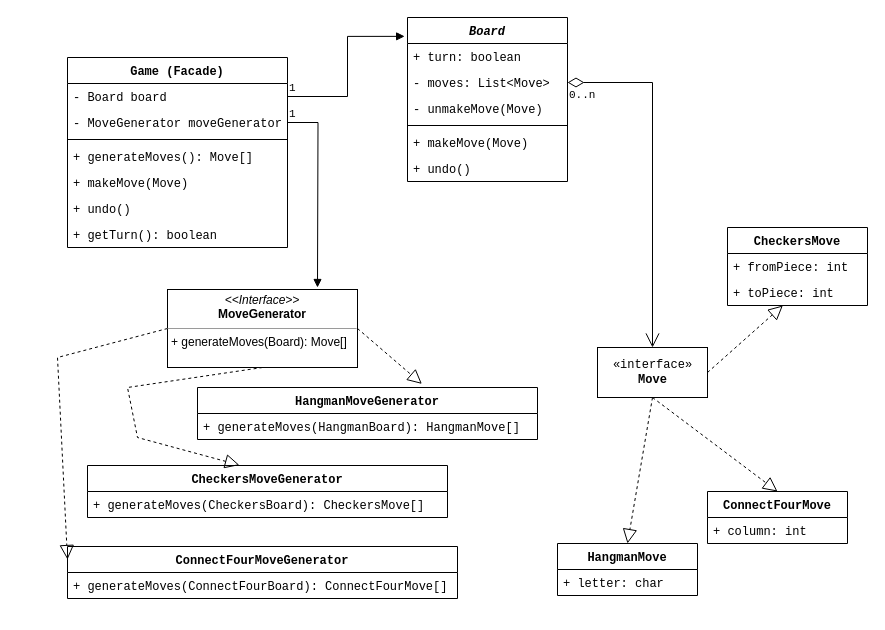
Earlier version of the draw.io diagram doc/uml.drawio (amygrinn/cps240-term-project). Source tidied: cells renumbered, new cells numbered last; positions are measured from the earlier drawing's top-left corner, leaving out a move shared by most shapes. Both pictures are drawn from the tidied source at 100%, with x=0, y=0 at pixel (57, 17).
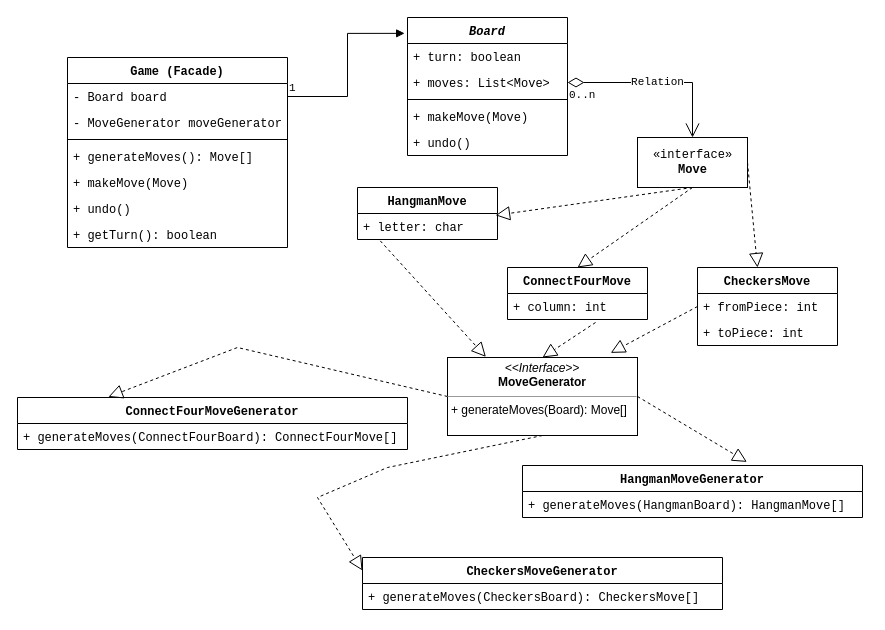
Above is the later version.

The change refers to these unchanged cells:
```xml
<mxCell id="4" value="- MoveGenerator moveGenerator" style="text;strokeColor=none;fillColor=none;align=left;verticalAlign=top;spacingLeft=4;spacingRight=4;overflow=hidden;points=[[0,0.5],[1,0.5]];portConstraint=eastwest;fontFamily=Courier New;" parent="2" vertex="1">
  <mxGeometry y="52" width="220" height="26" as="geometry" />
</mxCell>
<mxCell id="11" value="+ column: int" style="text;strokeColor=none;fillColor=none;align=left;verticalAlign=top;spacingLeft=4;spacingRight=4;overflow=hidden;points=[[0,0.5],[1,0.5]];portConstraint=eastwest;fontFamily=Courier New;" parent="10" vertex="1">
  <mxGeometry y="26" width="140" height="26" as="geometry" />
</mxCell>
<mxCell id="13" value="+ letter: char" style="text;strokeColor=none;fillColor=none;align=left;verticalAlign=top;spacingLeft=4;spacingRight=4;overflow=hidden;points=[[0,0.5],[1,0.5]];portConstraint=eastwest;fontFamily=Courier New;" parent="12" vertex="1">
  <mxGeometry y="26" width="140" height="26" as="geometry" />
</mxCell>
<mxCell id="15" value="+ fromPiece: int" style="text;strokeColor=none;fillColor=none;align=left;verticalAlign=top;spacingLeft=4;spacingRight=4;overflow=hidden;points=[[0,0.5],[1,0.5]];portConstraint=eastwest;fontFamily=Courier New;" parent="14" vertex="1">
  <mxGeometry y="26" width="140" height="26" as="geometry" />
</mxCell>
<mxCell id="16" value="+ toPiece: int" style="text;strokeColor=none;fillColor=none;align=left;verticalAlign=top;spacingLeft=4;spacingRight=4;overflow=hidden;points=[[0,0.5],[1,0.5]];portConstraint=eastwest;fontFamily=Courier New;" parent="14" vertex="1">
  <mxGeometry y="52" width="140" height="26" as="geometry" />
</mxCell>
```

Diff of the diagram source:
```diff
@@
     <mxCell id="10" value="ConnectFourMove" style="swimlane;fontStyle=1;horizontal=1;startSize=26;fillColor=none;fontFamily=Courier New;" parent="1" vertex="1">
-      <mxGeometry x="650" y="474" width="140" height="52" as="geometry" />
+      <mxGeometry x="450" y="250" width="140" height="52" as="geometry" />
     </mxCell>
@@
     <mxCell id="12" value="HangmanMove" style="swimlane;fontStyle=1;horizontal=1;startSize=26;fillColor=none;fontFamily=Courier New;" parent="1" vertex="1">
-      <mxGeometry x="500" y="526" width="140" height="52" as="geometry" />
+      <mxGeometry x="300" y="170" width="140" height="52" as="geometry" />
     </mxCell>
@@
     <mxCell id="14" value="CheckersMove" style="swimlane;fontStyle=1;horizontal=1;startSize=26;fillColor=none;fontFamily=Courier New;" parent="1" vertex="1">
-      <mxGeometry x="670" y="210" width="140" height="78" as="geometry" />
+      <mxGeometry x="640" y="250" width="140" height="78" as="geometry" />
     </mxCell>
@@
     <mxCell id="17" value="«interface»&lt;br&gt;&lt;b&gt;Move&lt;/b&gt;" style="html=1;fontFamily=Courier New;" parent="1" vertex="1">
-      <mxGeometry x="540" y="330" width="110" height="50" as="geometry" />
+      <mxGeometry x="580" y="120" width="110" height="50" as="geometry" />
     </mxCell>
@@
-    <mxCell id="19" style="endArrow=block;dashed=1;endFill=0;endSize=12;html=1;rounded=0;fontFamily=Courier New;exitX=1;exitY=0.5;exitDx=0;exitDy=0;" parent="1" edge="1" source="17" target="16">
-      <mxGeometry relative="1" as="geometry" />
+    <mxCell id="19" style="endArrow=block;dashed=1;endFill=0;endSize=12;html=1;rounded=0;fontFamily=Courier New;exitX=1;exitY=0.5;exitDx=0;exitDy=0;" parent="1" edge="1" source="17">
+      <mxGeometry relative="1" as="geometry">
+        <mxPoint x="700" y="250" as="targetPoint" />
+      </mxGeometry>
     </mxCell>
-    <mxCell id="20" style="endArrow=block;dashed=1;endFill=0;endSize=12;html=1;rounded=0;fontFamily=Courier New;exitX=0.5;exitY=1;exitDx=0;exitDy=0;entryX=0.5;entryY=0;entryDx=0;entryDy=0;" parent="1" edge="1" source="17" target="12">
+    <mxCell id="20" style="endArrow=block;dashed=1;endFill=0;endSize=12;html=1;rounded=0;fontFamily=Courier New;exitX=0.5;exitY=1;exitDx=0;exitDy=0;entryX=0.986;entryY=0.069;entryDx=0;entryDy=0;entryPerimeter=0;" parent="1" edge="1" source="17" target="13">
       <mxGeometry relative="1" as="geometry" />
     </mxCell>
     <mxCell id="21" value="Board" style="swimlane;fontStyle=3;align=center;verticalAlign=top;horizontal=1;startSize=26;fontFamily=Courier New;" parent="1" vertex="1">
-      <mxGeometry x="350" width="160" height="164" as="geometry" />
+      <mxGeometry x="350" width="160" height="138" as="geometry" />
     </mxCell>
@@
-    <mxCell id="23" value="- moves: List&lt;Move&gt;" style="text;strokeColor=none;fillColor=none;align=left;verticalAlign=top;spacingLeft=4;spacingRight=4;overflow=hidden;points=[[0,0.5],[1,0.5]];portConstraint=eastwest;fontFamily=Courier New;" parent="21" vertex="1">
+    <mxCell id="23" value="+ moves: List&lt;Move&gt;" style="text;strokeColor=none;fillColor=none;align=left;verticalAlign=top;spacingLeft=4;spacingRight=4;overflow=hidden;points=[[0,0.5],[1,0.5]];portConstraint=eastwest;fontFamily=Courier New;" parent="21" vertex="1">
       <mxGeometry y="52" width="160" height="26" as="geometry" />
     </mxCell>
-    <mxCell id="24" value="- unmakeMove(Move)" style="text;strokeColor=none;fillColor=none;align=left;verticalAlign=top;spacingLeft=4;spacingRight=4;overflow=hidden;fontFamily=Courier New;" parent="21" vertex="1">
-      <mxGeometry y="78" width="160" height="26" as="geometry" />
-    </mxCell>
     <mxCell id="25" style="line;strokeWidth=1;fillColor=none;align=left;verticalAlign=middle;spacingTop=-1;spacingLeft=3;spacingRight=3;labelPosition=right;strokeColor=inherit;fontFamily=Courier New;" parent="21" vertex="1">
-      <mxGeometry y="104" width="160" height="8" as="geometry" />
+      <mxGeometry y="78" width="160" height="8" as="geometry" />
     </mxCell>
     <mxCell id="26" value="+ makeMove(Move)" style="text;strokeColor=none;fillColor=none;align=left;verticalAlign=top;spacingLeft=4;spacingRight=4;overflow=hidden;fontFamily=Courier New;" parent="21" vertex="1">
-      <mxGeometry y="112" width="160" height="26" as="geometry" />
+      <mxGeometry y="86" width="160" height="26" as="geometry" />
     </mxCell>
     <mxCell id="27" value="+ undo()" style="text;strokeColor=none;fillColor=none;align=left;verticalAlign=top;spacingLeft=4;spacingRight=4;overflow=hidden;fontFamily=Courier New;" parent="21" vertex="1">
-      <mxGeometry y="138" width="160" height="26" as="geometry" />
+      <mxGeometry y="112" width="160" height="26" as="geometry" />
     </mxCell>
-    <mxCell id="28" style="endArrow=open;html=1;endSize=12;startArrow=diamondThin;startSize=14;startFill=0;edgeStyle=orthogonalEdgeStyle;rounded=0;fontFamily=Courier New;entryX=0.5;entryY=0;entryDx=0;entryDy=0;" parent="1" edge="1" source="23" target="17">
+    <mxCell id="28" value="Relation" style="endArrow=open;html=1;endSize=12;startArrow=diamondThin;startSize=14;startFill=0;edgeStyle=orthogonalEdgeStyle;rounded=0;fontFamily=Courier New;entryX=0.5;entryY=0;entryDx=0;entryDy=0;" parent="1" edge="1" source="23" target="17">
       <mxGeometry relative="1" as="geometry" />
     </mxCell>
@@
     <mxCell id="30" value="CheckersMoveGenerator" style="swimlane;fontStyle=1;horizontal=1;startSize=26;fillColor=none;fontFamily=Courier New;" parent="1" vertex="1">
-      <mxGeometry x="30" y="448" width="360" height="52" as="geometry" />
+      <mxGeometry x="305" y="540" width="360" height="52" as="geometry" />
     </mxCell>
@@
     <mxCell id="32" value="&lt;p style=&quot;margin:0px;margin-top:4px;text-align:center;&quot;&gt;&lt;i&gt;&amp;lt;&amp;lt;Interface&amp;gt;&amp;gt;&lt;/i&gt;&lt;br&gt;&lt;b&gt;MoveGenerator&lt;/b&gt;&lt;/p&gt;&lt;hr size=&quot;1&quot;&gt;&lt;p style=&quot;margin:0px;margin-left:4px;&quot;&gt;+ generateMoves(Board): Move[]&lt;/p&gt;" style="verticalAlign=top;align=left;overflow=fill;fontSize=12;fontFamily=Helvetica;html=1;" parent="1" vertex="1">
-      <mxGeometry x="110" y="272" width="190" height="78" as="geometry" />
+      <mxGeometry x="390" y="340" width="190" height="78" as="geometry" />
     </mxCell>
     <mxCell id="33" value="HangmanMoveGenerator" style="swimlane;fontStyle=1;horizontal=1;startSize=26;fillColor=none;fontFamily=Courier New;" parent="1" vertex="1">
-      <mxGeometry x="140" y="370" width="340" height="52" as="geometry" />
+      <mxGeometry x="465" y="448" width="340" height="52" as="geometry" />
     </mxCell>
@@
     <mxCell id="35" value="ConnectFourMoveGenerator" style="swimlane;fontStyle=1;horizontal=1;startSize=26;fillColor=none;fontFamily=Courier New;" parent="1" vertex="1">
-      <mxGeometry x="10" y="529" width="390" height="52" as="geometry" />
+      <mxGeometry x="-40" y="380" width="390" height="52" as="geometry" />
     </mxCell>
@@
-    <mxCell id="38" style="endArrow=block;dashed=1;endFill=0;endSize=12;html=1;rounded=0;fontFamily=Courier New;exitX=0.5;exitY=1;exitDx=0;exitDy=0;entryX=0.422;entryY=-0.008;entryDx=0;entryDy=0;entryPerimeter=0;" parent="1" edge="1" source="32" target="30">
+    <mxCell id="38" style="endArrow=block;dashed=1;endFill=0;endSize=12;html=1;rounded=0;fontFamily=Courier New;exitX=0.5;exitY=1;exitDx=0;exitDy=0;entryX=0;entryY=0.25;entryDx=0;entryDy=0;" parent="1" edge="1" source="32" target="30">
       <mxGeometry relative="1" as="geometry">
         <Array as="points">
-          <mxPoint x="70" y="370" />
-          <mxPoint x="80" y="420" />
+          <mxPoint x="330" y="450" />
+          <mxPoint x="260" y="480" />
         </Array>
       </mxGeometry>
     </mxCell>
-    <mxCell id="39" style="endArrow=block;dashed=1;endFill=0;endSize=12;html=1;rounded=0;fontFamily=Courier New;exitX=0;exitY=0.5;exitDx=0;exitDy=0;entryX=0;entryY=0.25;entryDx=0;entryDy=0;" parent="1" edge="1" source="32" target="35">
+    <mxCell id="39" style="endArrow=block;dashed=1;endFill=0;endSize=12;html=1;rounded=0;fontFamily=Courier New;exitX=0;exitY=0.5;exitDx=0;exitDy=0;entryX=0.233;entryY=-0.012;entryDx=0;entryDy=0;entryPerimeter=0;" parent="1" edge="1" source="32" target="35">
       <mxGeometry relative="1" as="geometry">
         <Array as="points">
-          <mxPoint y="340" />
+          <mxPoint x="180" y="330" />
         </Array>
       </mxGeometry>
     </mxCell>
-    <mxCell id="40" style="endArrow=block;endFill=1;html=1;edgeStyle=orthogonalEdgeStyle;align=left;verticalAlign=top;rounded=0;fontFamily=Courier New;exitX=1;exitY=0.5;exitDx=0;exitDy=0;" parent="1" edge="1" source="4">
-      <mxGeometry x="-1" relative="1" as="geometry">
-        <mxPoint x="260" y="270" as="targetPoint" />
-      </mxGeometry>
-    </mxCell>
-    <mxCell id="41" value="1" style="edgeLabel;html=1;align=left;verticalAlign=bottom;fontFamily=Courier New;" parent="40" vertex="1">
-      <mxGeometry x="-1" relative="1" as="geometry" />
-    </mxCell>
@@
+    <mxCell id="44" style="endArrow=block;dashed=1;endFill=0;endSize=12;html=1;rounded=0;exitX=0.163;exitY=1.054;exitDx=0;exitDy=0;exitPerimeter=0;entryX=0.202;entryY=-0.008;entryDx=0;entryDy=0;entryPerimeter=0;" parent="1" edge="1" source="13" target="32">
+      <mxGeometry relative="1" as="geometry" />
+    </mxCell>
+    <mxCell id="45" style="endArrow=block;dashed=1;endFill=0;endSize=12;html=1;rounded=0;exitX=0.629;exitY=1.115;exitDx=0;exitDy=0;exitPerimeter=0;entryX=0.5;entryY=0;entryDx=0;entryDy=0;" parent="1" edge="1" source="11" target="32">
+      <mxGeometry relative="1" as="geometry" />
+    </mxCell>
+    <mxCell id="46" style="endArrow=block;dashed=1;endFill=0;endSize=12;html=1;rounded=0;exitX=0;exitY=0.5;exitDx=0;exitDy=0;entryX=0.859;entryY=-0.059;entryDx=0;entryDy=0;entryPerimeter=0;" parent="1" edge="1" source="15" target="32">
+      <mxGeometry relative="1" as="geometry" />
+    </mxCell>
```
